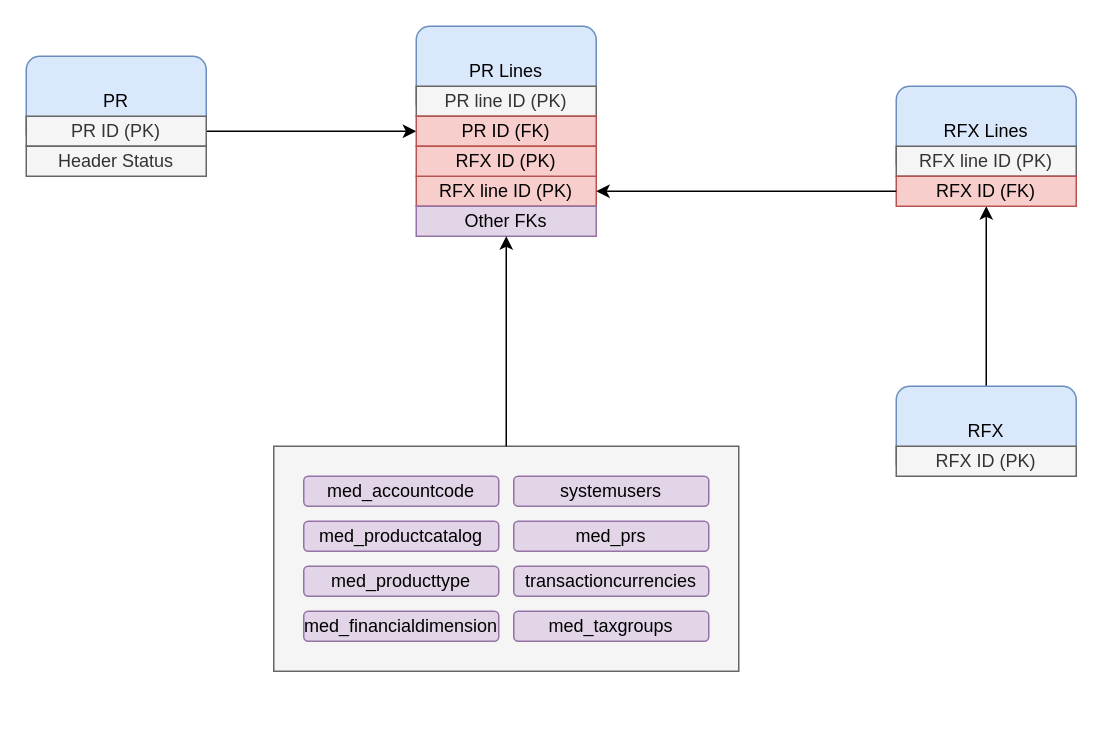
The draw.io diagram page "Logical Design" (3 of 5) of scm_value_chain.drawio in Medair/drawio, before the edit. Source tidied: cells renumbered, new cells numbered last; positions are measured from the earlier drawing's top-left corner, leaving out a move shared by most shapes. Both pictures are drawn from the tidied source at 150%, with x=0, y=0 at pixel (26, 26).
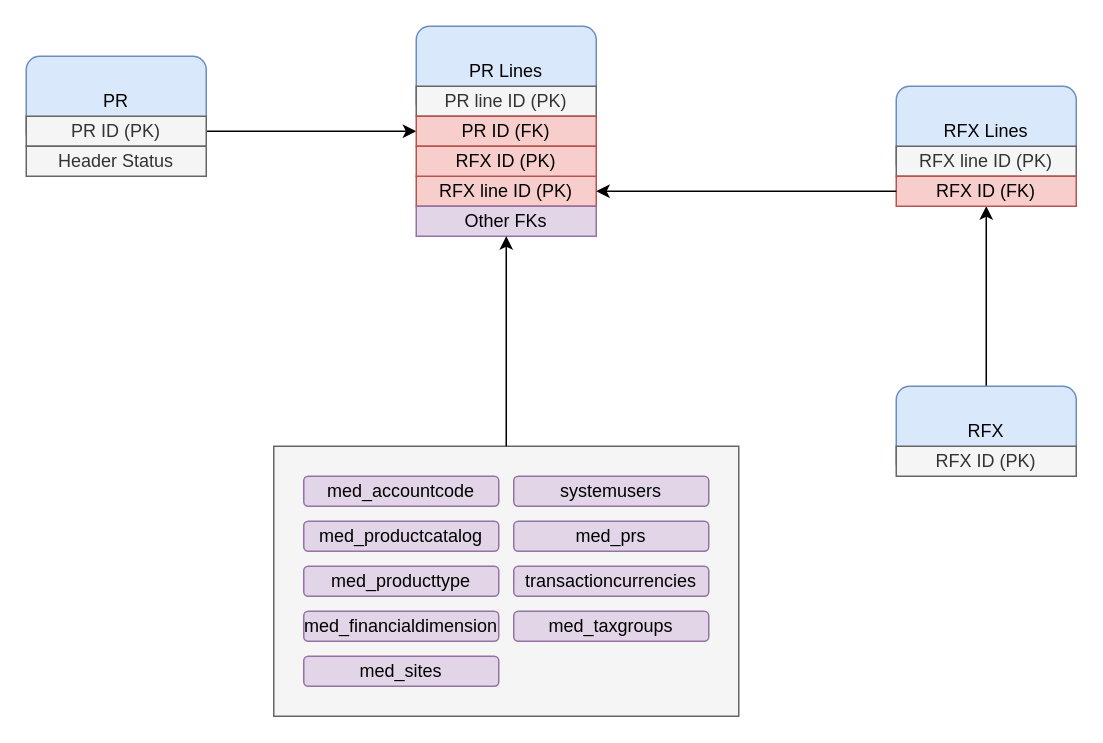
The same diagram, later.

Change to the diagram source:
```diff
@@
     <mxCell id="23" style="group;strokeColor=none;strokeWidth=2;rounded=1;perimeterSpacing=15;" parent="1" vertex="1">
-      <mxGeometry x="185" y="300" width="290" height="130" as="geometry" />
+      <mxGeometry x="185" y="300" width="290" height="160" as="geometry" />
     </mxCell>
     <mxCell id="24" style="rounded=0;whiteSpace=wrap;html=1;fillColor=#f5f5f5;fontColor=#333333;strokeColor=#666666;" parent="23" vertex="1">
-      <mxGeometry x="-20" y="-20" width="310" height="150" as="geometry" />
+      <mxGeometry x="-20" y="-20" width="310" height="180" as="geometry" />
     </mxCell>
@@
+    <mxCell id="34" value="med_sites" style="rounded=1;whiteSpace=wrap;html=1;fillColor=#e1d5e7;strokeColor=#9673a6;" parent="23" vertex="1">
+      <mxGeometry y="120" width="130" height="20" as="geometry" />
+    </mxCell>
```
